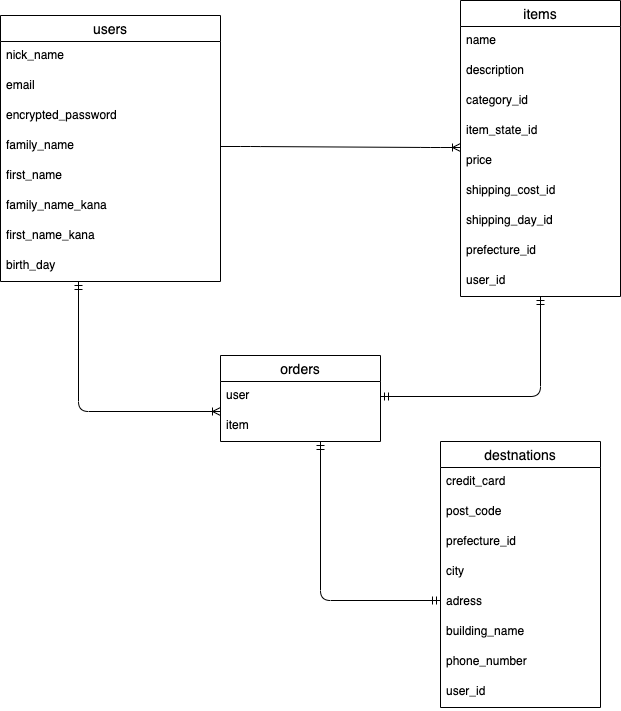
Earlier version of the draw.io export ERD.png (sochi0720/furima-33467). Source tidied: cells renumbered, new cells last; positions are measured from the earlier drawing's top-left corner, leaving out a move shared by most shapes.
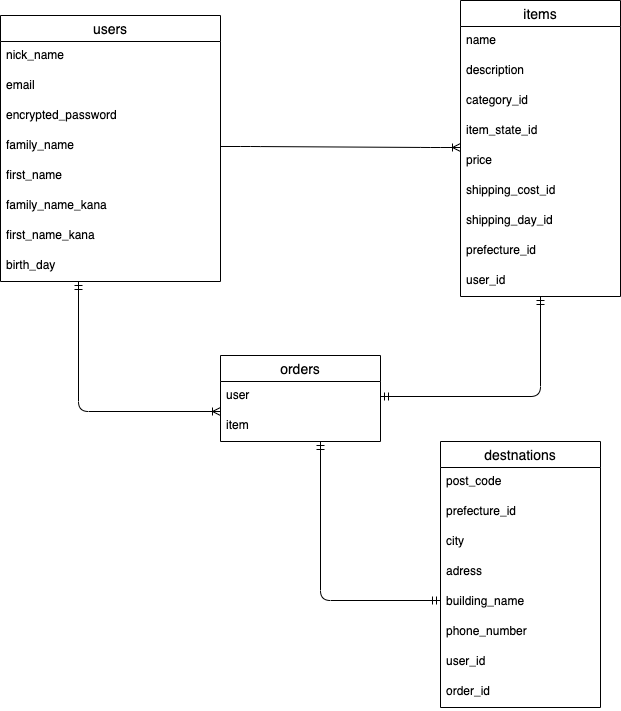
After the change.

Diff of the diagram source:
```diff
@@ -35,30 +35,30 @@
     <mxCell id="12" value="destnations" style="swimlane;fontStyle=0;horizontal=1;startSize=26;align=center;fontSize=14;" parent="1" vertex="1">
       <mxGeometry x="440" y="441" width="160" height="266" as="geometry" />
     </mxCell>
-    <mxCell id="13" value="credit_card" style="text;strokeColor=none;fillColor=none;spacingLeft=4;spacingRight=4;overflow=hidden;fontSize=12;" parent="12" vertex="1">
-      <mxGeometry y="26" width="160" height="30" as="geometry" />
-    </mxCell>
     <mxCell id="14" value="post_code" style="text;strokeColor=none;fillColor=none;spacingLeft=4;spacingRight=4;overflow=hidden;fontSize=12;" parent="12" vertex="1">
-      <mxGeometry y="56" width="160" height="30" as="geometry" />
+      <mxGeometry y="26" width="160" height="30" as="geometry" />
     </mxCell>
     <mxCell id="15" value="prefecture_id" style="text;strokeColor=none;fillColor=none;spacingLeft=4;spacingRight=4;overflow=hidden;fontSize=12;" parent="12" vertex="1">
-      <mxGeometry y="86" width="160" height="30" as="geometry" />
+      <mxGeometry y="56" width="160" height="30" as="geometry" />
     </mxCell>
     <mxCell id="16" value="city" style="text;strokeColor=none;fillColor=none;spacingLeft=4;spacingRight=4;overflow=hidden;fontSize=12;" parent="12" vertex="1">
-      <mxGeometry y="116" width="160" height="30" as="geometry" />
+      <mxGeometry y="86" width="160" height="30" as="geometry" />
     </mxCell>
     <mxCell id="17" value="adress" style="text;strokeColor=none;fillColor=none;spacingLeft=4;spacingRight=4;overflow=hidden;fontSize=12;" parent="12" vertex="1">
-      <mxGeometry y="146" width="160" height="30" as="geometry" />
+      <mxGeometry y="116" width="160" height="30" as="geometry" />
     </mxCell>
     <mxCell id="18" value="building_name&#10;" style="text;strokeColor=none;fillColor=none;spacingLeft=4;spacingRight=4;overflow=hidden;fontSize=12;" parent="12" vertex="1">
-      <mxGeometry y="176" width="160" height="30" as="geometry" />
+      <mxGeometry y="146" width="160" height="30" as="geometry" />
     </mxCell>
     <mxCell id="19" value="phone_number" style="text;strokeColor=none;fillColor=none;spacingLeft=4;spacingRight=4;overflow=hidden;fontSize=12;" parent="12" vertex="1">
-      <mxGeometry y="206" width="160" height="30" as="geometry" />
+      <mxGeometry y="176" width="160" height="30" as="geometry" />
     </mxCell>
     <mxCell id="20" value="user_id" style="text;strokeColor=none;fillColor=none;spacingLeft=4;spacingRight=4;overflow=hidden;fontSize=12;" parent="12" vertex="1">
-      <mxGeometry y="236" width="160" height="30" as="geometry" />
+      <mxGeometry y="206" width="160" height="30" as="geometry" />
     </mxCell>
+    <mxCell id="37" value="order_id" style="text;strokeColor=none;fillColor=none;spacingLeft=4;spacingRight=4;overflow=hidden;fontSize=12;rounded=0;sketch=0;" parent="12" vertex="1">
+      <mxGeometry y="236" width="160" height="30" as="geometry" />
+    </mxCell>
     <mxCell id="21" value="users" style="swimlane;fontStyle=0;horizontal=1;startSize=26;align=center;fontSize=14;" parent="1" vertex="1">
       <mxGeometry y="15" width="220" height="266" as="geometry" />
     </mxCell>
```
